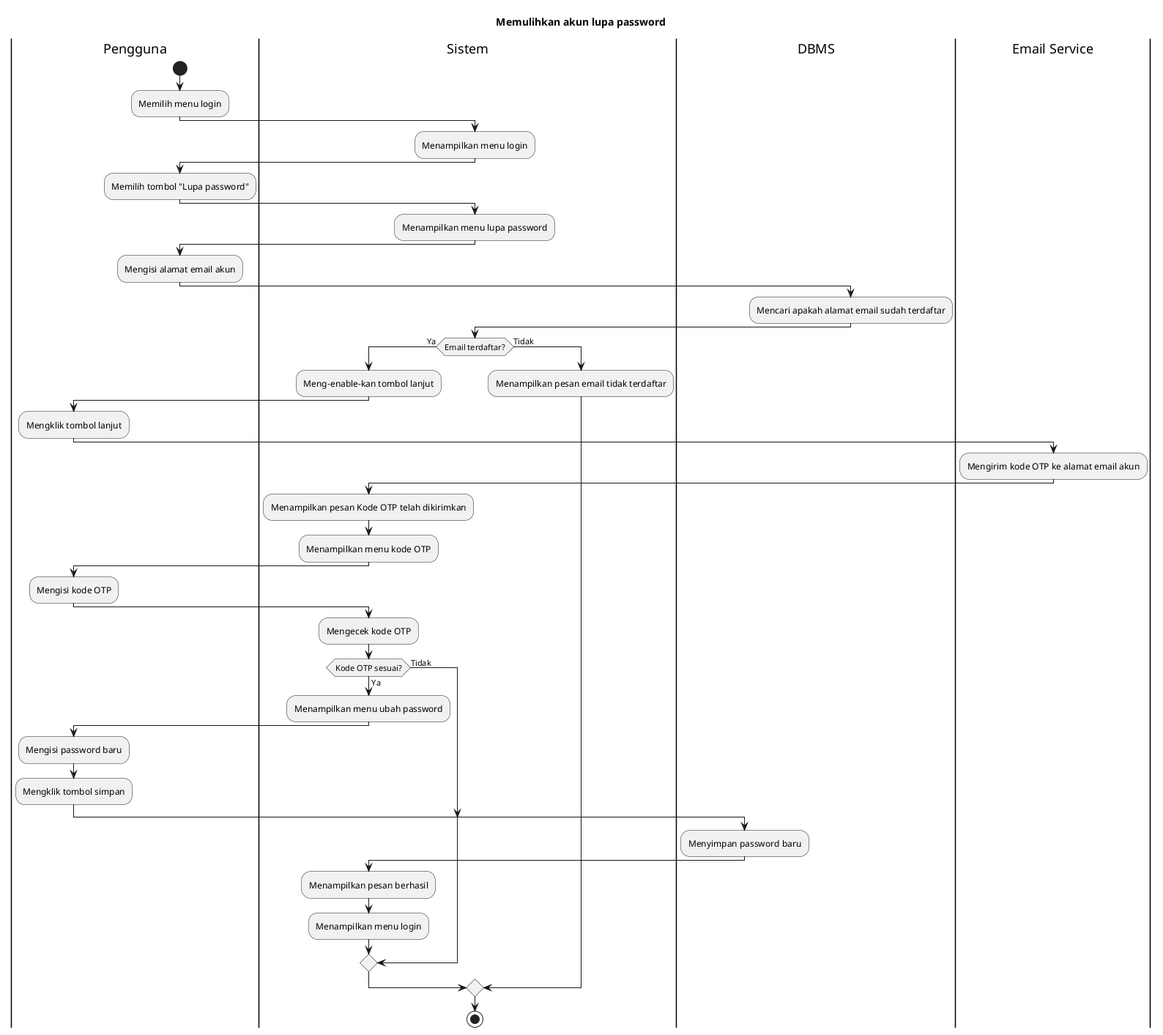
bagusNA/appl-diagrams keeps this PlantUML diagram as export/Activity Diagrams/UC-AUTH - Autentikasi/UC-AUTH-004 - Memulihkan akun lupa password.png. Above is the earlier version.
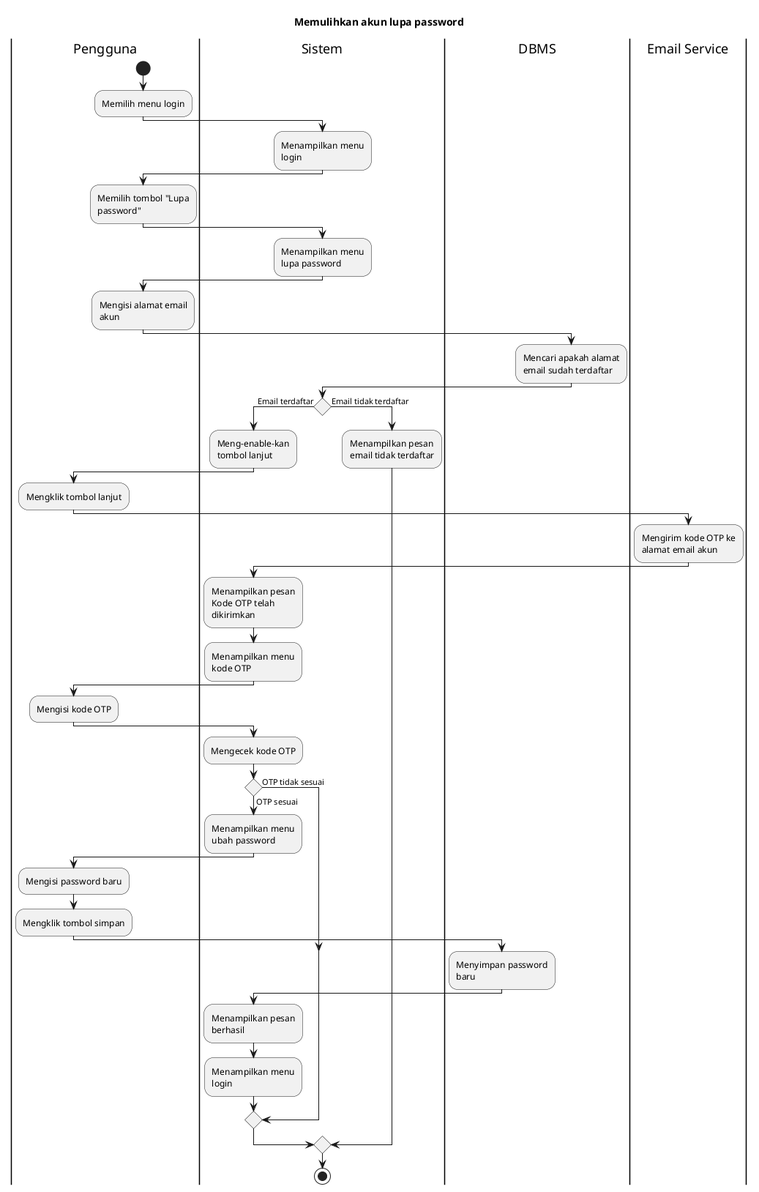
Later version of the same file.

Change to the diagram source:
```diff
@@ -1,5 +1,5 @@
 @startuml
-!pragma useVerticalIf on
+skinparam wrapWidth 140
 
 title Memulihkan akun lupa password
 
@@ -24,7 +24,7 @@
 :Mencari apakah alamat email sudah terdaftar;
 
 |Sistem|
-if (Email terdaftar?) then (Ya)
+if () then (Email terdaftar)
   :Meng-enable-kan tombol lanjut;
 
   |Pengguna|
@@ -43,8 +43,8 @@
   |Sistem|
   :Mengecek kode OTP;
 
-  if (Kode OTP sesuai?) then (Tidak)
-  else (Ya)
+  if () then (OTP tidak sesuai)
+  else (OTP sesuai)
     :Menampilkan menu ubah password;
 
     |Pengguna|
@@ -58,7 +58,7 @@
     :Menampilkan pesan berhasil;
     :Menampilkan menu login;
   endif
-else (Tidak)
+else (Email tidak terdaftar)
   :Menampilkan pesan email tidak terdaftar;
 endif
 
```
